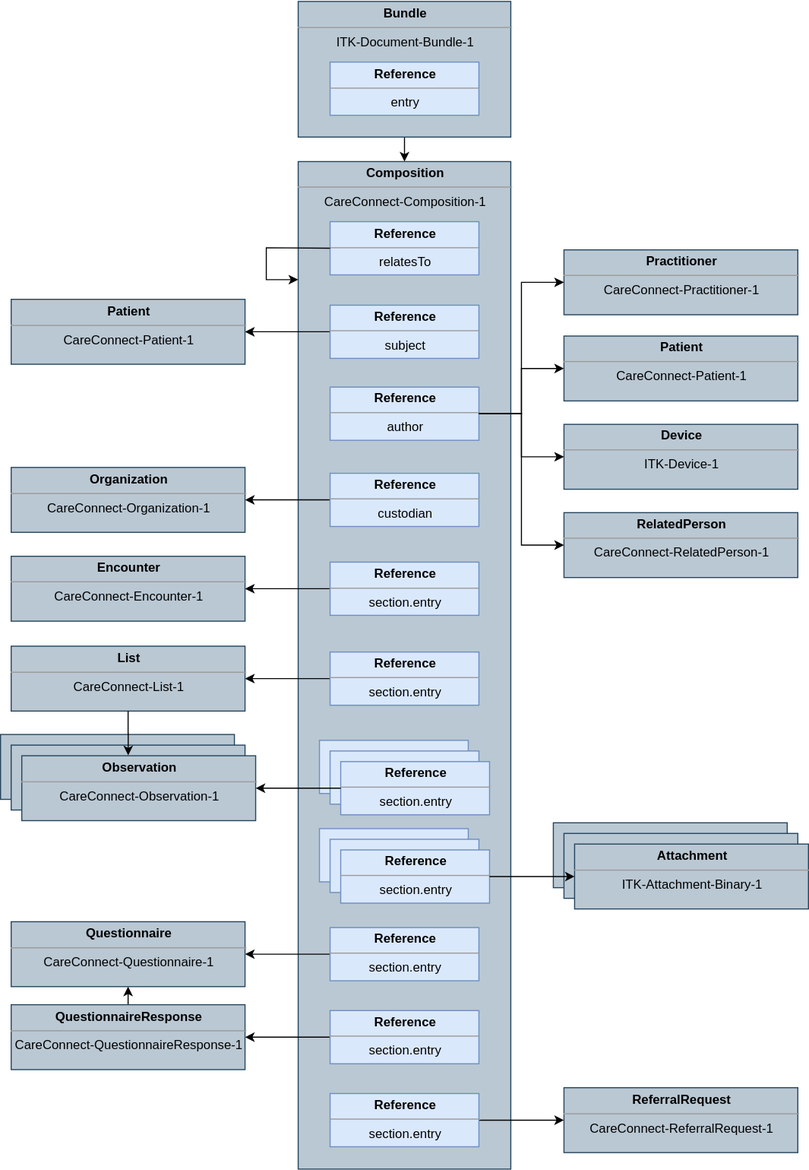
The draw.io diagram images/senddocument/payload.svg in nhsconnect/gpconnect-messaging, before a commit. Source tidied: cells renumbered, new cells last; positions are measured from the earlier drawing's top-left corner, leaving out a move shared by most shapes.
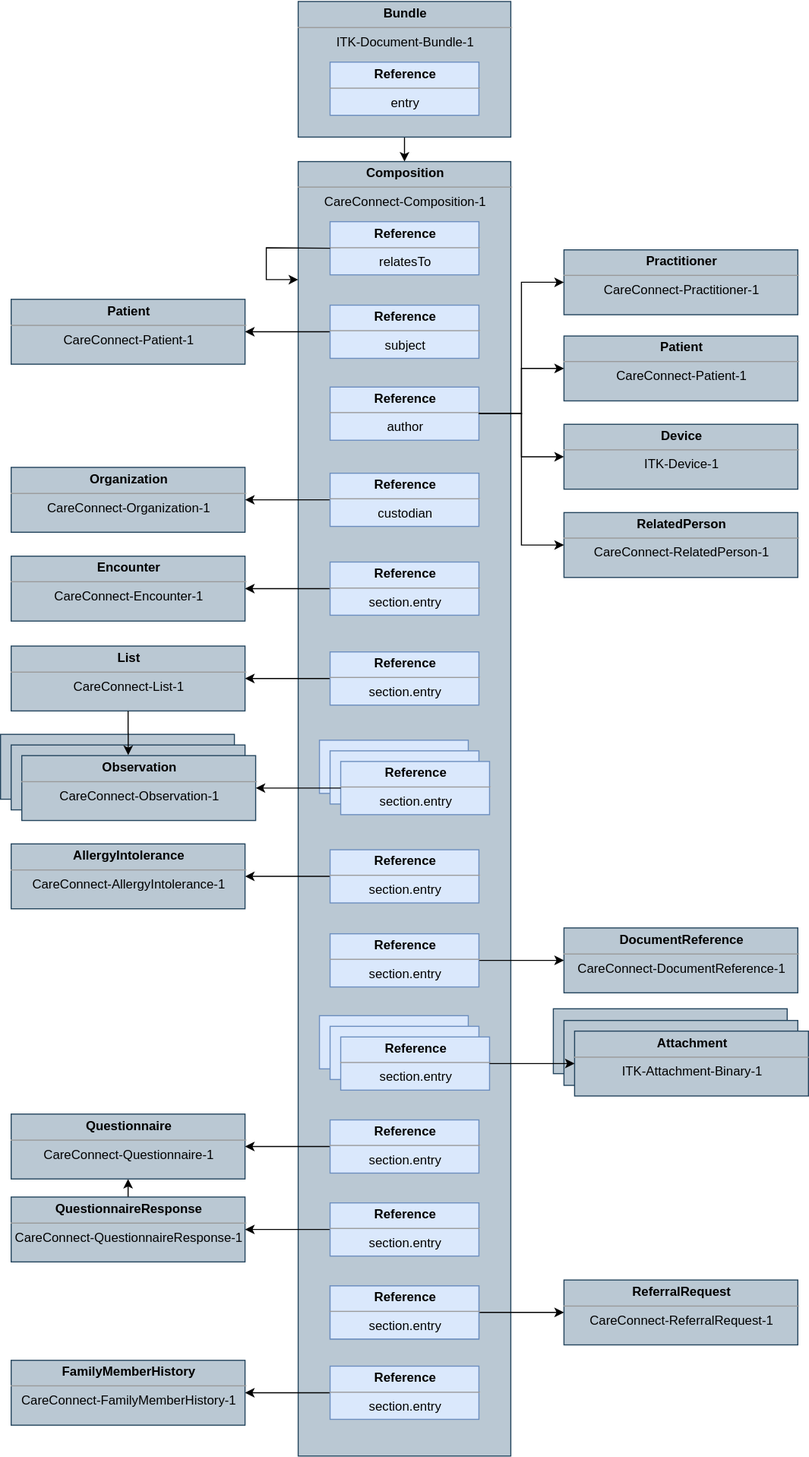
The same file after the commit.

Commit message:
Updated payload to incorporate new profiles

The edit, as a diff of the source:
```diff
@@ -12,7 +12,7 @@
       <mxGeometry x="310" y="57.5" width="140" height="50" as="geometry" />
     </mxCell>
     <mxCell id="5" value="&lt;p style=&quot;margin: 0px ; margin-top: 4px ; text-align: center&quot;&gt;&lt;b&gt;Composition&lt;/b&gt;&lt;/p&gt;&lt;hr size=&quot;1&quot; style=&quot;text-align: center&quot;&gt;&lt;div style=&quot;text-align: center ; height: 2px&quot;&gt;CareConnect-&lt;span&gt;Composition-1&lt;/span&gt;&lt;/div&gt;" style="verticalAlign=top;align=left;overflow=fill;fontSize=12;fontFamily=Helvetica;html=1;fillColor=#bac8d3;strokeColor=#23445d;" parent="1" vertex="1">
-      <mxGeometry x="280" y="151" width="200" height="947" as="geometry" />
+      <mxGeometry x="280" y="151" width="200" height="1217" as="geometry" />
     </mxCell>
     <mxCell id="6" value="&lt;p style=&quot;margin: 0px ; margin-top: 4px ; text-align: center&quot;&gt;&lt;b&gt;Reference&lt;/b&gt;&lt;/p&gt;&lt;hr size=&quot;1&quot;&gt;&lt;div style=&quot;text-align: center ; height: 2px&quot;&gt;relatesTo&lt;/div&gt;" style="verticalAlign=top;align=left;overflow=fill;fontSize=12;fontFamily=Helvetica;html=1;fillColor=#dae8fc;strokeColor=#6c8ebf;" parent="1" vertex="1">
       <mxGeometry x="310" y="207.5" width="140" height="50" as="geometry" />
@@ -47,9 +47,9 @@
     <mxCell id="15" value="&lt;p style=&quot;margin: 0px ; margin-top: 4px ; text-align: center&quot;&gt;&lt;b&gt;Organization&lt;/b&gt;&lt;/p&gt;&lt;hr size=&quot;1&quot; style=&quot;text-align: center&quot;&gt;&lt;div style=&quot;text-align: center ; height: 2px&quot;&gt;CareConnect-Organization&lt;span&gt;-1&lt;/span&gt;&lt;/div&gt;&lt;div style=&quot;text-align: center ; height: 2px&quot;&gt;&lt;span&gt;&lt;br&gt;&lt;/span&gt;&lt;/div&gt;&lt;div style=&quot;text-align: center ; height: 2px&quot;&gt;&lt;span&gt;&lt;br&gt;&lt;/span&gt;&lt;/div&gt;&lt;div style=&quot;text-align: center ; height: 2px&quot;&gt;&lt;span&gt;&lt;br&gt;&lt;/span&gt;&lt;/div&gt;&lt;div style=&quot;text-align: center ; height: 2px&quot;&gt;&lt;span&gt;&lt;br&gt;&lt;/span&gt;&lt;/div&gt;&lt;div style=&quot;text-align: center ; height: 2px&quot;&gt;&lt;span&gt;&lt;br&gt;&lt;/span&gt;&lt;/div&gt;&lt;div style=&quot;text-align: center ; height: 2px&quot;&gt;&lt;span&gt;&lt;br&gt;&lt;/span&gt;&lt;/div&gt;&lt;div style=&quot;text-align: center ; height: 2px&quot;&gt;&lt;span&gt;&lt;br&gt;&lt;/span&gt;&lt;/div&gt;&lt;div style=&quot;text-align: center ; height: 2px&quot;&gt;&lt;span&gt;&lt;br&gt;&lt;/span&gt;&lt;/div&gt;&lt;div style=&quot;text-align: center ; height: 2px&quot;&gt;&lt;span&gt;&lt;br&gt;&lt;/span&gt;&lt;/div&gt;&lt;div style=&quot;text-align: center ; height: 2px&quot;&gt;&lt;br&gt;&lt;/div&gt;" style="verticalAlign=top;align=left;overflow=fill;fontSize=12;fontFamily=Helvetica;html=1;fillColor=#bac8d3;strokeColor=#23445d;" parent="1" vertex="1">
       <mxGeometry x="10" y="438.5" width="220" height="61" as="geometry" />
     </mxCell>
-    <mxCell id="16" style="edgeStyle=orthogonalEdgeStyle;rounded=0;jettySize=auto;html=1;" parent="1" edge="1" target="55">
+    <mxCell id="16" style="edgeStyle=orthogonalEdgeStyle;rounded=0;jettySize=auto;html=1;" parent="1" edge="1" target="50">
       <mxGeometry relative="1" as="geometry">
-        <mxPoint x="120" y="948.5" as="sourcePoint" />
+        <mxPoint x="120" y="1129.5" as="sourcePoint" />
       </mxGeometry>
     </mxCell>
     <mxCell id="17" style="edgeStyle=orthogonalEdgeStyle;rounded=0;jettySize=auto;html=1;exitX=0;exitY=0.5;exitDx=0;exitDy=0;" parent="1" edge="1" source="18" target="19">
@@ -92,7 +92,7 @@
       <mxGeometry relative="1" as="geometry" />
     </mxCell>
     <mxCell id="28" style="group;" parent="1" vertex="1">
-      <mxGeometry x="300" y="778" width="160" height="70" as="geometry" />
+      <mxGeometry x="300" y="954" width="160" height="70" as="geometry" />
     </mxCell>
     <mxCell id="29" value="&lt;p style=&quot;margin: 0px ; margin-top: 4px ; text-align: center&quot;&gt;&lt;br&gt;&lt;/p&gt;" style="verticalAlign=top;align=left;overflow=fill;fontSize=12;fontFamily=Helvetica;html=1;fillColor=#dae8fc;strokeColor=#6c8ebf;" parent="28" vertex="1">
       <mxGeometry width="140" height="50" as="geometry" />
@@ -131,10 +131,10 @@
       <mxGeometry relative="1" as="geometry" />
     </mxCell>
     <mxCell id="41" value="&lt;p style=&quot;margin: 0px ; margin-top: 4px ; text-align: center&quot;&gt;&lt;b&gt;Reference&lt;/b&gt;&lt;/p&gt;&lt;hr size=&quot;1&quot;&gt;&lt;div style=&quot;text-align: center ; height: 2px&quot;&gt;section.entry&lt;/div&gt;" style="verticalAlign=top;align=left;overflow=fill;fontSize=12;fontFamily=Helvetica;html=1;fillColor=#dae8fc;strokeColor=#6c8ebf;" parent="1" vertex="1">
-      <mxGeometry x="310" y="1027" width="140" height="50" as="geometry" />
+      <mxGeometry x="310" y="1208" width="140" height="50" as="geometry" />
     </mxCell>
     <mxCell id="42" value="&lt;p style=&quot;margin: 0px ; margin-top: 4px ; text-align: center&quot;&gt;&lt;b&gt;ReferralRequest&lt;/b&gt;&lt;/p&gt;&lt;hr size=&quot;1&quot; style=&quot;text-align: center&quot;&gt;&lt;div style=&quot;text-align: center ; height: 2px&quot;&gt;CareConnect-ReferralRequest-1&lt;/div&gt;" style="verticalAlign=top;align=left;overflow=fill;fontSize=12;fontFamily=Helvetica;html=1;fillColor=#bac8d3;strokeColor=#23445d;" parent="1" vertex="1">
-      <mxGeometry x="530" y="1021.5" width="220" height="61" as="geometry" />
+      <mxGeometry x="530" y="1202.5" width="220" height="61" as="geometry" />
     </mxCell>
     <mxCell id="43" style="group;" parent="1" vertex="1">
       <mxGeometry y="689.5" width="240" height="81" as="geometry" />
@@ -148,41 +148,71 @@
     <mxCell id="46" value="&lt;p style=&quot;margin: 0px ; margin-top: 4px ; text-align: center&quot;&gt;&lt;b&gt;Observation&lt;/b&gt;&lt;/p&gt;&lt;hr size=&quot;1&quot; style=&quot;text-align: center&quot;&gt;&lt;div style=&quot;text-align: center ; height: 2px&quot;&gt;CareConnect-Observation-1&lt;/div&gt;" style="verticalAlign=top;align=left;overflow=fill;fontSize=12;fontFamily=Helvetica;html=1;fillColor=#bac8d3;strokeColor=#23445d;" parent="43" vertex="1">
       <mxGeometry x="20" y="20" width="220" height="61" as="geometry" />
     </mxCell>
-    <mxCell id="47" style="group;" parent="1" vertex="1">
-      <mxGeometry x="520" y="772.5" width="240" height="81" as="geometry" />
+    <mxCell id="47" style="edgeStyle=orthogonalEdgeStyle;rounded=0;jettySize=auto;html=1;exitX=0.5;exitY=1;exitDx=0;exitDy=0;entryX=0.455;entryY=-0.008;entryDx=0;entryDy=0;entryPerimeter=0;" parent="1" edge="1" source="19" target="46">
+      <mxGeometry relative="1" as="geometry" />
     </mxCell>
-    <mxCell id="48" value="&lt;p style=&quot;margin: 0px ; margin-top: 4px ; text-align: center&quot;&gt;&lt;br&gt;&lt;/p&gt;" style="verticalAlign=top;align=left;overflow=fill;fontSize=12;fontFamily=Helvetica;html=1;fillColor=#bac8d3;strokeColor=#23445d;" parent="47" vertex="1">
-      <mxGeometry width="220" height="61" as="geometry" />
+    <mxCell id="48" style="edgeStyle=orthogonalEdgeStyle;rounded=0;jettySize=auto;html=1;" parent="1" edge="1" source="49" target="50">
+      <mxGeometry relative="1" as="geometry" />
     </mxCell>
-    <mxCell id="49" value="&lt;p style=&quot;margin: 0px ; margin-top: 4px ; text-align: center&quot;&gt;&lt;br&gt;&lt;/p&gt;" style="verticalAlign=top;align=left;overflow=fill;fontSize=12;fontFamily=Helvetica;html=1;fillColor=#bac8d3;strokeColor=#23445d;" parent="47" vertex="1">
-      <mxGeometry x="10" y="10" width="220" height="61" as="geometry" />
+    <mxCell id="49" value="&lt;p style=&quot;margin: 0px ; margin-top: 4px ; text-align: center&quot;&gt;&lt;b&gt;Reference&lt;/b&gt;&lt;/p&gt;&lt;hr size=&quot;1&quot;&gt;&lt;div style=&quot;text-align: center ; height: 2px&quot;&gt;section.entry&lt;/div&gt;" style="verticalAlign=top;align=left;overflow=fill;fontSize=12;fontFamily=Helvetica;html=1;fillColor=#dae8fc;strokeColor=#6c8ebf;" parent="1" vertex="1">
+      <mxGeometry x="310" y="1052" width="140" height="50" as="geometry" />
     </mxCell>
-    <mxCell id="50" value="&lt;p style=&quot;margin: 0px ; margin-top: 4px ; text-align: center&quot;&gt;&lt;b&gt;Attachment&lt;/b&gt;&lt;/p&gt;&lt;hr size=&quot;1&quot; style=&quot;text-align: center&quot;&gt;&lt;div style=&quot;text-align: center ; height: 2px&quot;&gt;ITK-Attachment-Binary-1&lt;/div&gt;" style="verticalAlign=top;align=left;overflow=fill;fontSize=12;fontFamily=Helvetica;html=1;fillColor=#bac8d3;strokeColor=#23445d;" parent="47" vertex="1">
-      <mxGeometry x="20" y="20" width="220" height="61" as="geometry" />
+    <mxCell id="50" value="&lt;p style=&quot;margin: 0px ; margin-top: 4px ; text-align: center&quot;&gt;&lt;b&gt;Questionnaire&lt;/b&gt;&lt;/p&gt;&lt;hr size=&quot;1&quot; style=&quot;text-align: center&quot;&gt;&lt;div style=&quot;text-align: center ; height: 2px&quot;&gt;CareConnect-Questionnaire-1&lt;/div&gt;" style="verticalAlign=top;align=left;overflow=fill;fontSize=12;fontFamily=Helvetica;html=1;fillColor=#bac8d3;strokeColor=#23445d;" parent="1" vertex="1">
+      <mxGeometry x="10" y="1046.5" width="220" height="61" as="geometry" />
     </mxCell>
-    <mxCell id="51" style="edgeStyle=orthogonalEdgeStyle;rounded=0;jettySize=auto;html=1;exitX=0.5;exitY=1;exitDx=0;exitDy=0;entryX=0.455;entryY=-0.008;entryDx=0;entryDy=0;entryPerimeter=0;" parent="1" edge="1" source="19" target="46">
+    <mxCell id="51" style="edgeStyle=orthogonalEdgeStyle;rounded=0;jettySize=auto;html=1;" parent="1" edge="1" source="52" target="53">
       <mxGeometry relative="1" as="geometry" />
     </mxCell>
-    <mxCell id="52" style="edgeStyle=orthogonalEdgeStyle;rounded=0;jettySize=auto;html=1;entryX=0;entryY=0.5;entryDx=0;entryDy=0;" parent="1" edge="1" source="31" target="50">
-      <mxGeometry relative="1" as="geometry" />
+    <mxCell id="52" value="&lt;p style=&quot;margin: 0px ; margin-top: 4px ; text-align: center&quot;&gt;&lt;b&gt;Reference&lt;/b&gt;&lt;/p&gt;&lt;hr size=&quot;1&quot;&gt;&lt;div style=&quot;text-align: center ; height: 2px&quot;&gt;section.entry&lt;/div&gt;" style="verticalAlign=top;align=left;overflow=fill;fontSize=12;fontFamily=Helvetica;html=1;fillColor=#dae8fc;strokeColor=#6c8ebf;" parent="1" vertex="1">
+      <mxGeometry x="310" y="1130" width="140" height="50" as="geometry" />
     </mxCell>
-    <mxCell id="53" style="edgeStyle=orthogonalEdgeStyle;rounded=0;jettySize=auto;html=1;" parent="1" edge="1" source="54" target="55">
-      <mxGeometry relative="1" as="geometry" />
+    <mxCell id="53" value="&lt;p style=&quot;margin: 0px ; margin-top: 4px ; text-align: center&quot;&gt;&lt;b&gt;QuestionnaireResponse&lt;/b&gt;&lt;/p&gt;&lt;hr size=&quot;1&quot; style=&quot;text-align: center&quot;&gt;&lt;div style=&quot;text-align: center ; height: 2px&quot;&gt;CareConnect-QuestionnaireResponse-1&lt;/div&gt;" style="verticalAlign=top;align=left;overflow=fill;fontSize=12;fontFamily=Helvetica;html=1;fillColor=#bac8d3;strokeColor=#23445d;" parent="1" vertex="1">
+      <mxGeometry x="10" y="1124.5" width="220" height="61" as="geometry" />
     </mxCell>
-    <mxCell id="54" value="&lt;p style=&quot;margin: 0px ; margin-top: 4px ; text-align: center&quot;&gt;&lt;b&gt;Reference&lt;/b&gt;&lt;/p&gt;&lt;hr size=&quot;1&quot;&gt;&lt;div style=&quot;text-align: center ; height: 2px&quot;&gt;section.entry&lt;/div&gt;" style="verticalAlign=top;align=left;overflow=fill;fontSize=12;fontFamily=Helvetica;html=1;fillColor=#dae8fc;strokeColor=#6c8ebf;" parent="1" vertex="1">
-      <mxGeometry x="310" y="871" width="140" height="50" as="geometry" />
+    <mxCell id="54" style="edgeStyle=orthogonalEdgeStyle;rounded=0;jettySize=auto;html=1;exitX=0;exitY=0.5;exitDx=0;exitDy=0;" parent="1" edge="1" source="55" target="56">
+      <mxGeometry relative="1" as="geometry" />
     </mxCell>
-    <mxCell id="55" value="&lt;p style=&quot;margin: 0px ; margin-top: 4px ; text-align: center&quot;&gt;&lt;b&gt;Questionnaire&lt;/b&gt;&lt;/p&gt;&lt;hr size=&quot;1&quot; style=&quot;text-align: center&quot;&gt;&lt;div style=&quot;text-align: center ; height: 2px&quot;&gt;CareConnect-Questionnaire-1&lt;/div&gt;" style="verticalAlign=top;align=left;overflow=fill;fontSize=12;fontFamily=Helvetica;html=1;fillColor=#bac8d3;strokeColor=#23445d;" parent="1" vertex="1">
-      <mxGeometry x="10" y="865.5" width="220" height="61" as="geometry" />
+    <mxCell id="55" value="&lt;p style=&quot;margin: 0px ; margin-top: 4px ; text-align: center&quot;&gt;&lt;b&gt;Reference&lt;/b&gt;&lt;/p&gt;&lt;hr size=&quot;1&quot;&gt;&lt;div style=&quot;text-align: center ; height: 2px&quot;&gt;section.entry&lt;/div&gt;" style="verticalAlign=top;align=left;overflow=fill;fontSize=12;fontFamily=Helvetica;html=1;fillColor=#dae8fc;strokeColor=#6c8ebf;" parent="1" vertex="1">
+      <mxGeometry x="310" y="798" width="140" height="50" as="geometry" />
     </mxCell>
-    <mxCell id="56" style="edgeStyle=orthogonalEdgeStyle;rounded=0;jettySize=auto;html=1;" parent="1" edge="1" source="57" target="58">
-      <mxGeometry relative="1" as="geometry" />
+    <mxCell id="56" value="&lt;p style=&quot;margin: 0px ; margin-top: 4px ; text-align: center&quot;&gt;&lt;b&gt;AllergyIntolerance&lt;/b&gt;&lt;/p&gt;&lt;hr size=&quot;1&quot; style=&quot;text-align: center&quot;&gt;&lt;div style=&quot;text-align: center ; height: 2px&quot;&gt;CareConnect-AllergyIntolerance-1&lt;/div&gt;" style="verticalAlign=top;align=left;overflow=fill;fontSize=12;fontFamily=Helvetica;html=1;fillColor=#bac8d3;strokeColor=#23445d;" parent="1" vertex="1">
+      <mxGeometry x="10" y="792.5" width="220" height="61" as="geometry" />
     </mxCell>
     <mxCell id="57" value="&lt;p style=&quot;margin: 0px ; margin-top: 4px ; text-align: center&quot;&gt;&lt;b&gt;Reference&lt;/b&gt;&lt;/p&gt;&lt;hr size=&quot;1&quot;&gt;&lt;div style=&quot;text-align: center ; height: 2px&quot;&gt;section.entry&lt;/div&gt;" style="verticalAlign=top;align=left;overflow=fill;fontSize=12;fontFamily=Helvetica;html=1;fillColor=#dae8fc;strokeColor=#6c8ebf;" parent="1" vertex="1">
-      <mxGeometry x="310" y="949" width="140" height="50" as="geometry" />
+      <mxGeometry x="310" y="1208" width="140" height="50" as="geometry" />
     </mxCell>
-    <mxCell id="58" value="&lt;p style=&quot;margin: 0px ; margin-top: 4px ; text-align: center&quot;&gt;&lt;b&gt;QuestionnaireResponse&lt;/b&gt;&lt;/p&gt;&lt;hr size=&quot;1&quot; style=&quot;text-align: center&quot;&gt;&lt;div style=&quot;text-align: center ; height: 2px&quot;&gt;CareConnect-QuestionnaireResponse-1&lt;/div&gt;" style="verticalAlign=top;align=left;overflow=fill;fontSize=12;fontFamily=Helvetica;html=1;fillColor=#bac8d3;strokeColor=#23445d;" parent="1" vertex="1">
-      <mxGeometry x="10" y="943.5" width="220" height="61" as="geometry" />
+    <mxCell id="58" style="edgeStyle=orthogonalEdgeStyle;rounded=0;jettySize=auto;html=1;exitX=1;exitY=0.5;exitDx=0;exitDy=0;" parent="1" edge="1" source="60" target="59">
+      <mxGeometry relative="1" as="geometry" />
     </mxCell>
+    <mxCell id="59" value="&lt;p style=&quot;margin: 0px ; margin-top: 4px ; text-align: center&quot;&gt;&lt;b&gt;DocumentReference&lt;/b&gt;&lt;/p&gt;&lt;hr size=&quot;1&quot; style=&quot;text-align: center&quot;&gt;&lt;div style=&quot;text-align: center ; height: 2px&quot;&gt;CareConnect-DocumentReference-1&lt;/div&gt;" style="verticalAlign=top;align=left;overflow=fill;fontSize=12;fontFamily=Helvetica;html=1;fillColor=#bac8d3;strokeColor=#23445d;" parent="1" vertex="1">
+      <mxGeometry x="530" y="871.5" width="220" height="61" as="geometry" />
+    </mxCell>
+    <mxCell id="60" value="&lt;p style=&quot;margin: 0px ; margin-top: 4px ; text-align: center&quot;&gt;&lt;b&gt;Reference&lt;/b&gt;&lt;/p&gt;&lt;hr size=&quot;1&quot;&gt;&lt;div style=&quot;text-align: center ; height: 2px&quot;&gt;section.entry&lt;/div&gt;" style="verticalAlign=top;align=left;overflow=fill;fontSize=12;fontFamily=Helvetica;html=1;fillColor=#dae8fc;strokeColor=#6c8ebf;" parent="1" vertex="1">
+      <mxGeometry x="310" y="877" width="140" height="50" as="geometry" />
+    </mxCell>
+    <mxCell id="61" style="edgeStyle=orthogonalEdgeStyle;rounded=0;jettySize=auto;html=1;exitX=0;exitY=0.5;exitDx=0;exitDy=0;" parent="1" edge="1" source="62" target="63">
+      <mxGeometry relative="1" as="geometry" />
+    </mxCell>
+    <mxCell id="62" value="&lt;p style=&quot;margin: 0px ; margin-top: 4px ; text-align: center&quot;&gt;&lt;b&gt;Reference&lt;/b&gt;&lt;/p&gt;&lt;hr size=&quot;1&quot;&gt;&lt;div style=&quot;text-align: center ; height: 2px&quot;&gt;section.entry&lt;/div&gt;" style="verticalAlign=top;align=left;overflow=fill;fontSize=12;fontFamily=Helvetica;html=1;fillColor=#dae8fc;strokeColor=#6c8ebf;" parent="1" vertex="1">
+      <mxGeometry x="310" y="1283.5" width="140" height="50" as="geometry" />
+    </mxCell>
+    <mxCell id="63" value="&lt;p style=&quot;margin: 0px ; margin-top: 4px ; text-align: center&quot;&gt;&lt;b&gt;FamilyMemberHistory&lt;/b&gt;&lt;br&gt;&lt;/p&gt;&lt;hr size=&quot;1&quot; style=&quot;text-align: center&quot;&gt;&lt;div style=&quot;text-align: center ; height: 2px&quot;&gt;CareConnect-FamilyMemberHistory-1&lt;/div&gt;" style="verticalAlign=top;align=left;overflow=fill;fontSize=12;fontFamily=Helvetica;html=1;fillColor=#bac8d3;strokeColor=#23445d;" parent="1" vertex="1">
+      <mxGeometry x="10" y="1278" width="220" height="61" as="geometry" />
+    </mxCell>
+    <mxCell id="64" style="group;" parent="1" vertex="1">
+      <mxGeometry x="520" y="947.5" width="240" height="82" as="geometry" />
+    </mxCell>
+    <mxCell id="65" value="&lt;p style=&quot;margin: 0px ; margin-top: 4px ; text-align: center&quot;&gt;&lt;br&gt;&lt;/p&gt;" style="verticalAlign=top;align=left;overflow=fill;fontSize=12;fontFamily=Helvetica;html=1;fillColor=#bac8d3;strokeColor=#23445d;" parent="64" vertex="1">
+      <mxGeometry width="220" height="61" as="geometry" />
+    </mxCell>
+    <mxCell id="66" value="&lt;p style=&quot;margin: 0px ; margin-top: 4px ; text-align: center&quot;&gt;&lt;br&gt;&lt;/p&gt;" style="verticalAlign=top;align=left;overflow=fill;fontSize=12;fontFamily=Helvetica;html=1;fillColor=#bac8d3;strokeColor=#23445d;" parent="64" vertex="1">
+      <mxGeometry x="10" y="11" width="220" height="61" as="geometry" />
+    </mxCell>
+    <mxCell id="67" value="&lt;p style=&quot;margin: 0px ; margin-top: 4px ; text-align: center&quot;&gt;&lt;b&gt;Attachment&lt;/b&gt;&lt;/p&gt;&lt;hr size=&quot;1&quot; style=&quot;text-align: center&quot;&gt;&lt;div style=&quot;text-align: center ; height: 2px&quot;&gt;ITK-Attachment-Binary-1&lt;/div&gt;" style="verticalAlign=top;align=left;overflow=fill;fontSize=12;fontFamily=Helvetica;html=1;fillColor=#bac8d3;strokeColor=#23445d;" parent="64" vertex="1">
+      <mxGeometry x="20" y="21" width="220" height="61" as="geometry" />
+    </mxCell>
+    <mxCell id="68" style="edgeStyle=orthogonalEdgeStyle;rounded=0;jettySize=auto;html=1;entryX=0;entryY=0.5;entryDx=0;entryDy=0;" parent="1" edge="1" source="31" target="67">
+      <mxGeometry relative="1" as="geometry" />
+    </mxCell>
   </root>
 </mxGraphModel>
```
